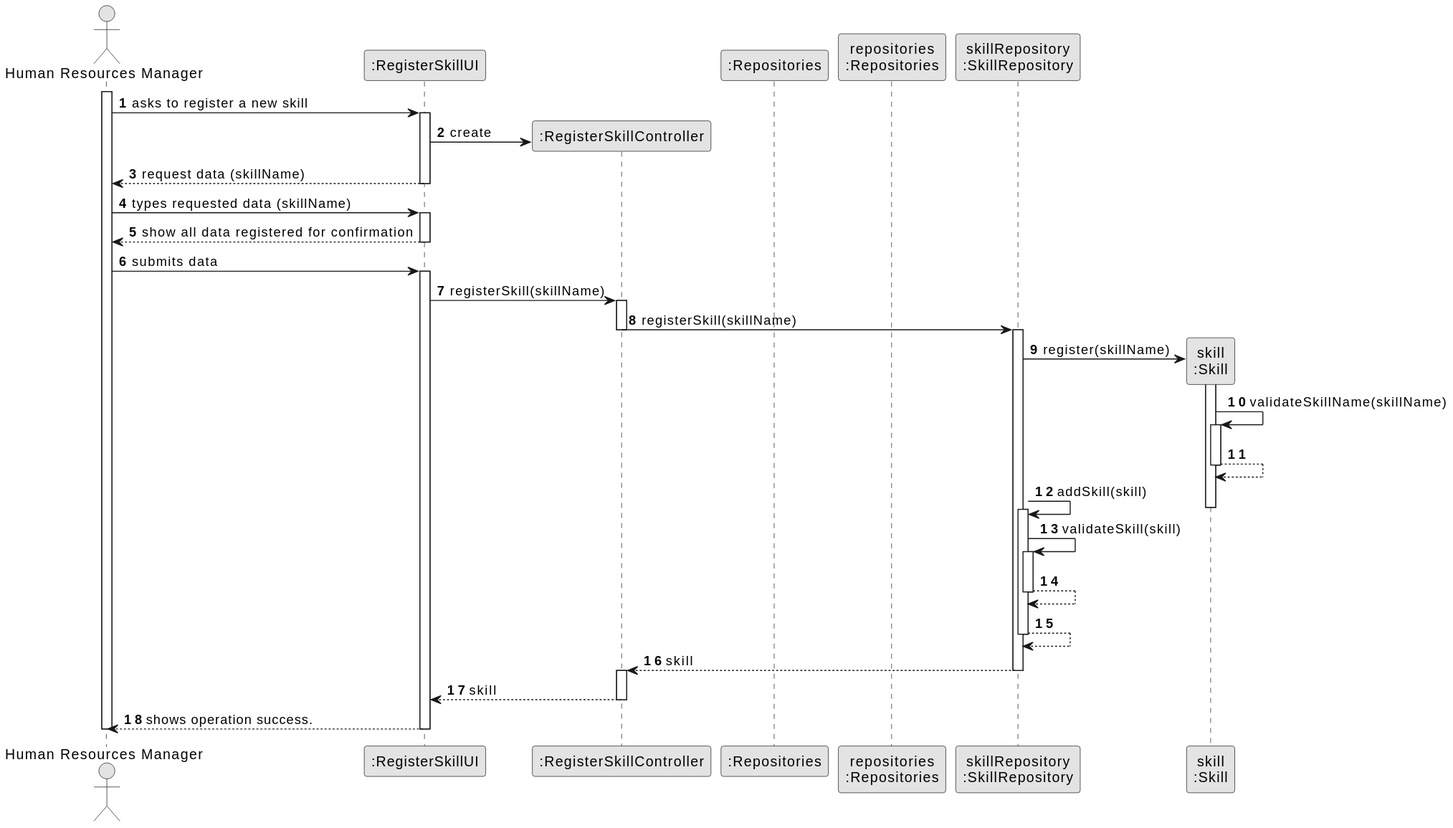
SAEmanuel/Green_Spaces_Management_ISEP keeps this PlantUML diagram as docs/sprintB/us001/03.design/svg/us001-sequence-diagram-full.svg. Above is the earlier version.
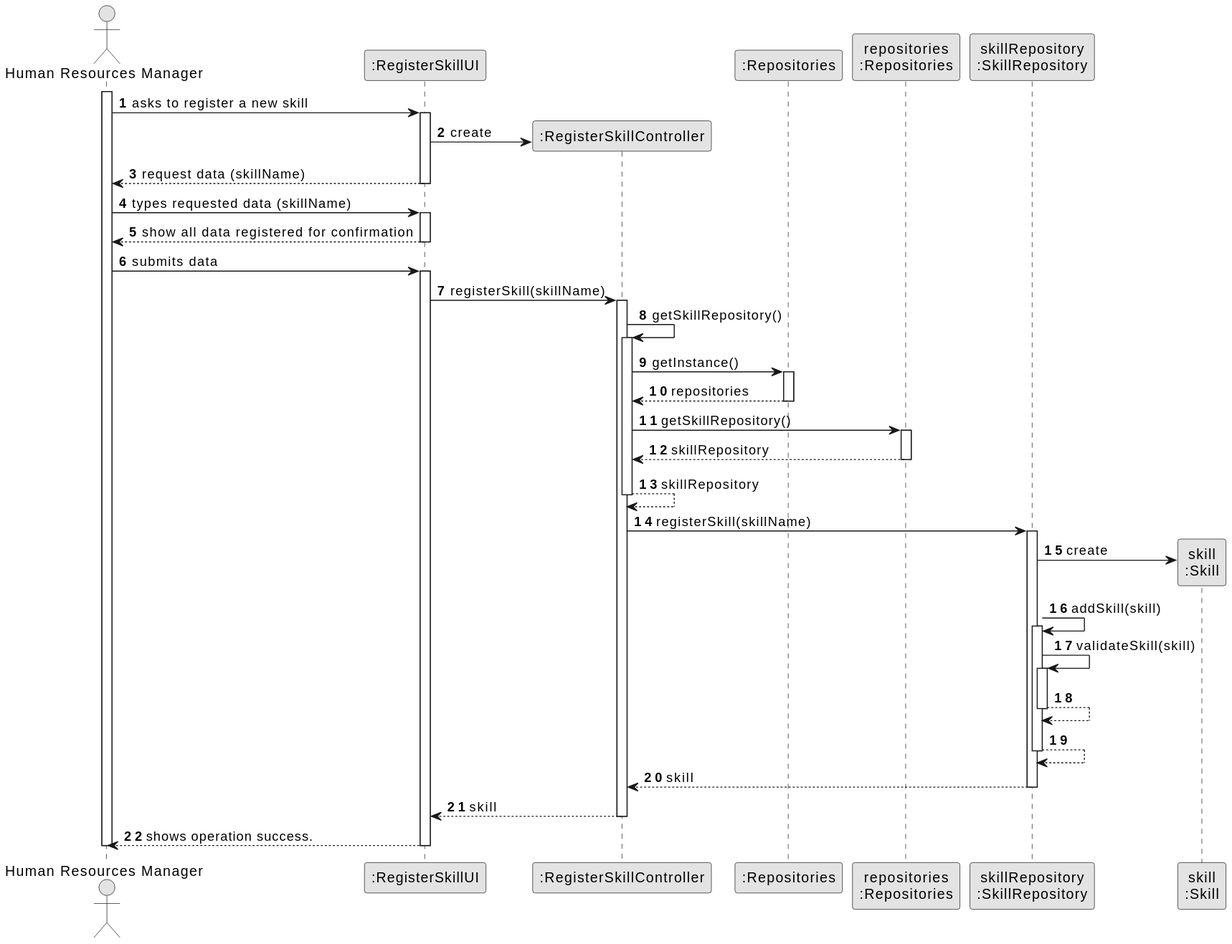
The same diagram one commit later.

What changed in the source:
```diff
@@ -24,7 +24,6 @@
 
 
 
-
             UI --> HRM : request data (skillName)
         deactivate UI
 
@@ -41,22 +40,35 @@
 
             UI -> CTRL : registerSkill(skillName)
             activate CTRL
+            CTRL -> CTRL : getSkillRepository()
+            activate CTRL
+
+                CTRL -> RepositorySingleton : getInstance()
+                activate RepositorySingleton
+
+                    RepositorySingleton --> CTRL: repositories
+                deactivate RepositorySingleton
+
+                CTRL -> PLAT : getSkillRepository()
+                activate PLAT
+
+                    PLAT --> CTRL: skillRepository
+                deactivate PLAT
+
+                CTRL --> CTRL : skillRepository
+            deactivate CTRL
+
+
 
 
                 CTRL -> skillRepository: registerSkill(skillName)
-                deactivate CTRL
                 activate skillRepository
 
 
 
-                skillRepository -> EMPREGO**: register(skillName)
+                skillRepository -> EMPREGO**: create
 
-                activate EMPREGO
 
-                    EMPREGO -> EMPREGO : validateSkillName(skillName)
-                    activate EMPREGO
-                        EMPREGO --> EMPREGO
-                deactivate EMPREGO
                                     skillRepository -> skillRepository: addSkill(skill)
                 deactivate EMPREGO
                                     activate skillRepository
@@ -70,7 +82,6 @@
 
                                     skillRepository --> CTRL : skill
                                     deactivate skillRepository
-                                    activate CTRL
 
                 CTRL --> UI: skill
                 deactivate CTRL
```
